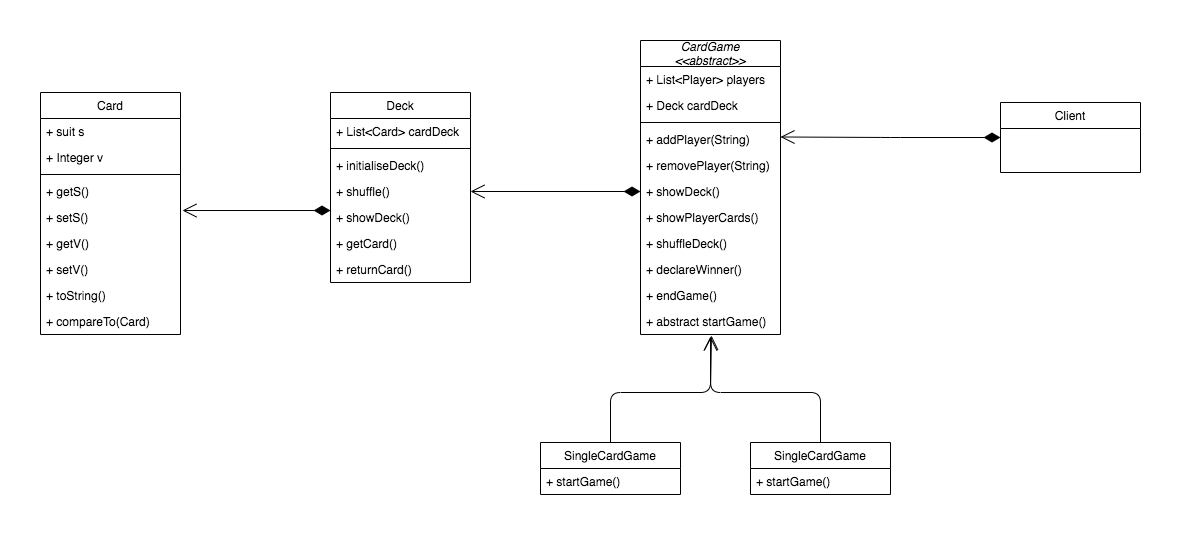
Before: deck game.png, a diagram exported from draw.io (soumya74/JavaAssignment_DeckGame). Source tidied: cells renumbered, new cells last; positions are measured from the earlier drawing's top-left corner, leaving out a move shared by most shapes.
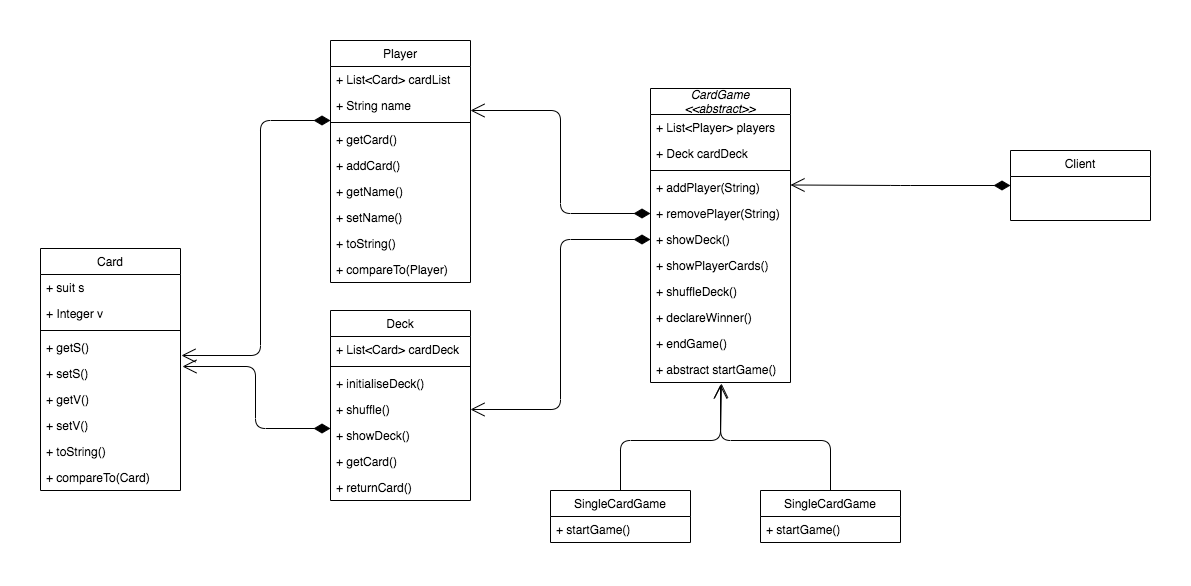
Later version of the same file.

Commit message:
Updated class diagram

What changed in the source:
```diff
@@ -68,7 +68,7 @@
       </mxGeometry>
     </mxCell>
     <mxCell id="20" value="Deck" style="swimlane;fontStyle=0;horizontal=1;startSize=26;fillColor=none;" parent="1" vertex="1">
-      <mxGeometry x="290" y="52" width="140" height="190" as="geometry" />
+      <mxGeometry x="280" y="222" width="140" height="190" as="geometry" />
     </mxCell>
     <mxCell id="21" value="+ List&lt;Card&gt; cardDeck" style="text;strokeColor=none;fillColor=none;align=left;verticalAlign=top;spacingLeft=4;spacingRight=4;overflow=hidden;" parent="20" vertex="1">
       <mxGeometry y="26" width="140" height="26" as="geometry" />
@@ -92,7 +92,7 @@
       <mxGeometry y="164" width="140" height="26" as="geometry" />
     </mxCell>
     <mxCell id="28" value="Card" style="swimlane;fontStyle=0;horizontal=1;startSize=26;fillColor=none;" parent="1" vertex="1">
-      <mxGeometry y="52" width="140" height="242" as="geometry" />
+      <mxGeometry x="-10" y="160" width="140" height="242" as="geometry" />
     </mxCell>
     <mxCell id="29" value="+ suit s" style="text;strokeColor=none;fillColor=none;align=left;verticalAlign=top;spacingLeft=4;spacingRight=4;overflow=hidden;" parent="28" vertex="1">
       <mxGeometry y="26" width="140" height="26" as="geometry" />
@@ -135,5 +135,53 @@
         <mxPoint x="740" y="96.5" as="targetPoint" />
       </mxGeometry>
     </mxCell>
+    <mxCell id="42" value="Player" style="swimlane;fontStyle=0;horizontal=1;startSize=26;fillColor=none;" parent="1" vertex="1">
+      <mxGeometry x="280" y="-48" width="140" height="242" as="geometry" />
+    </mxCell>
+    <mxCell id="43" value="+ List&lt;Card&gt; cardList" style="text;strokeColor=none;fillColor=none;align=left;verticalAlign=top;spacingLeft=4;spacingRight=4;overflow=hidden;" parent="42" vertex="1">
+      <mxGeometry y="26" width="140" height="26" as="geometry" />
+    </mxCell>
+    <mxCell id="44" value="+ String name" style="text;strokeColor=none;fillColor=none;align=left;verticalAlign=top;spacingLeft=4;spacingRight=4;overflow=hidden;" parent="42" vertex="1">
+      <mxGeometry y="52" width="140" height="26" as="geometry" />
+    </mxCell>
+    <mxCell id="45" style="line;strokeWidth=1;fillColor=none;align=left;verticalAlign=middle;spacingTop=-1;spacingLeft=3;spacingRight=3;labelPosition=right;" parent="42" vertex="1">
+      <mxGeometry y="78" width="140" height="8" as="geometry" />
+    </mxCell>
+    <mxCell id="46" value="+ getCard()&#10;" style="text;strokeColor=none;fillColor=none;align=left;verticalAlign=top;spacingLeft=4;spacingRight=4;overflow=hidden;" parent="42" vertex="1">
+      <mxGeometry y="86" width="140" height="26" as="geometry" />
+    </mxCell>
+    <mxCell id="47" value="+ addCard()&#10;" style="text;strokeColor=none;fillColor=none;align=left;verticalAlign=top;spacingLeft=4;spacingRight=4;overflow=hidden;" parent="42" vertex="1">
+      <mxGeometry y="112" width="140" height="26" as="geometry" />
+    </mxCell>
+    <mxCell id="48" value="+ getName()&#10;" style="text;strokeColor=none;fillColor=none;align=left;verticalAlign=top;spacingLeft=4;spacingRight=4;overflow=hidden;" parent="42" vertex="1">
+      <mxGeometry y="138" width="140" height="26" as="geometry" />
+    </mxCell>
+    <mxCell id="49" value="+ setName()&#10;" style="text;strokeColor=none;fillColor=none;align=left;verticalAlign=top;spacingLeft=4;spacingRight=4;overflow=hidden;" parent="42" vertex="1">
+      <mxGeometry y="164" width="140" height="26" as="geometry" />
+    </mxCell>
+    <mxCell id="50" value="+ toString()&#10;" style="text;strokeColor=none;fillColor=none;align=left;verticalAlign=top;spacingLeft=4;spacingRight=4;overflow=hidden;" parent="42" vertex="1">
+      <mxGeometry y="190" width="140" height="26" as="geometry" />
+    </mxCell>
+    <mxCell id="51" value="+ compareTo(Player)&#10;" style="text;strokeColor=none;fillColor=none;align=left;verticalAlign=top;spacingLeft=4;spacingRight=4;overflow=hidden;" parent="42" vertex="1">
+      <mxGeometry y="216" width="140" height="26" as="geometry" />
+    </mxCell>
+    <mxCell id="52" style="endArrow=open;html=1;endSize=12;startArrow=diamondThin;startSize=14;startFill=1;edgeStyle=orthogonalEdgeStyle;align=left;verticalAlign=bottom;entryX=1.007;entryY=0.808;entryDx=0;entryDy=0;entryPerimeter=0;exitX=0;exitY=0.231;exitDx=0;exitDy=0;exitPerimeter=0;" parent="1" edge="1" target="32">
+      <mxGeometry x="-1" y="3" relative="1" as="geometry">
+        <mxPoint x="280" y="32" as="sourcePoint" />
+        <Array as="points">
+          <mxPoint x="210" y="32" />
+          <mxPoint x="210" y="267" />
+        </Array>
+      </mxGeometry>
+    </mxCell>
+    <mxCell id="53" style="endArrow=open;html=1;endSize=12;startArrow=diamondThin;startSize=14;startFill=1;edgeStyle=orthogonalEdgeStyle;align=left;verticalAlign=bottom;entryX=1.014;entryY=0.231;entryDx=0;entryDy=0;entryPerimeter=0;exitX=0;exitY=0.5;exitDx=0;exitDy=0;" parent="1" edge="1" source="9">
+      <mxGeometry x="-1" y="3" relative="1" as="geometry">
+        <mxPoint x="420" y="22" as="targetPoint" />
+        <Array as="points">
+          <mxPoint x="510" y="125" />
+          <mxPoint x="510" y="22" />
+        </Array>
+      </mxGeometry>
+    </mxCell>
   </root>
 </mxGraphModel>
```
